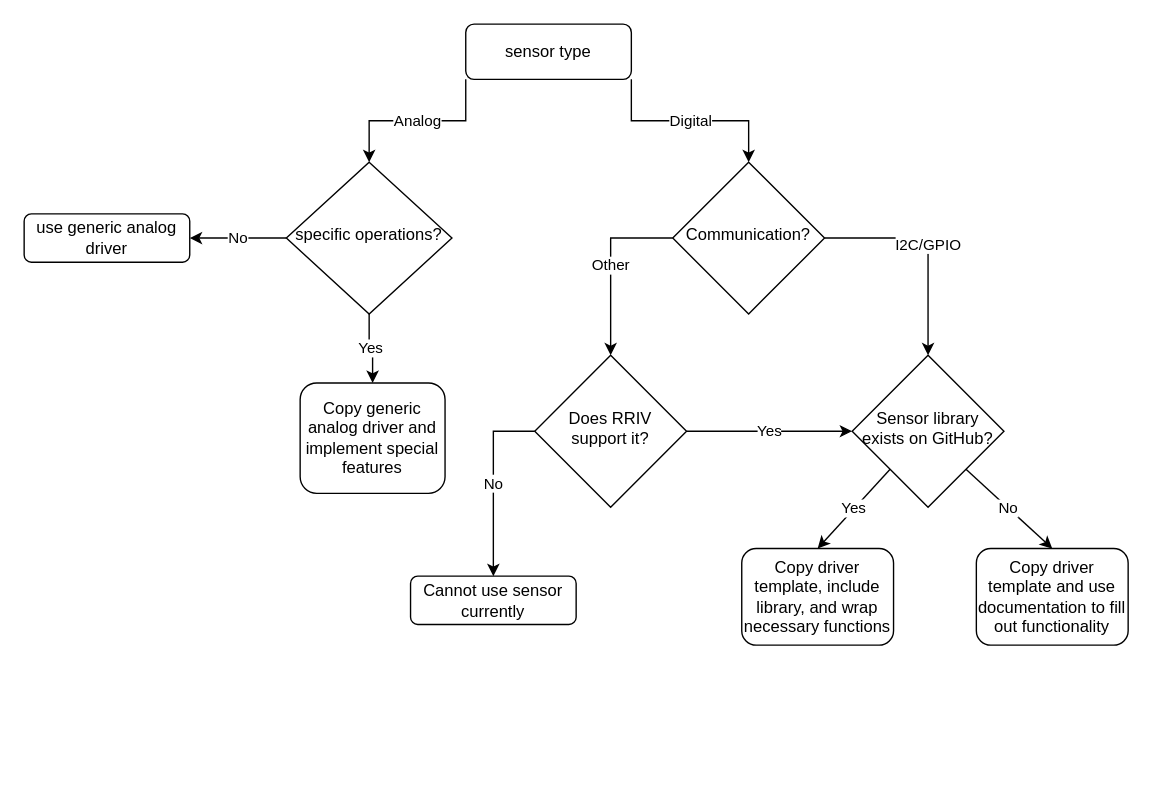
Before: page "sensorDriverCreation" (3 of 8) of RRIVflowcharts.drawio in rrivirr/rriv-diagrams, a draw.io diagram. Source tidied: cells renumbered, new cells numbered last; positions are measured from the earlier drawing's top-left corner, leaving out a move shared by most shapes. Both pictures are drawn from the tidied source at 138%, with x=0, y=0 at pixel (23, 23).
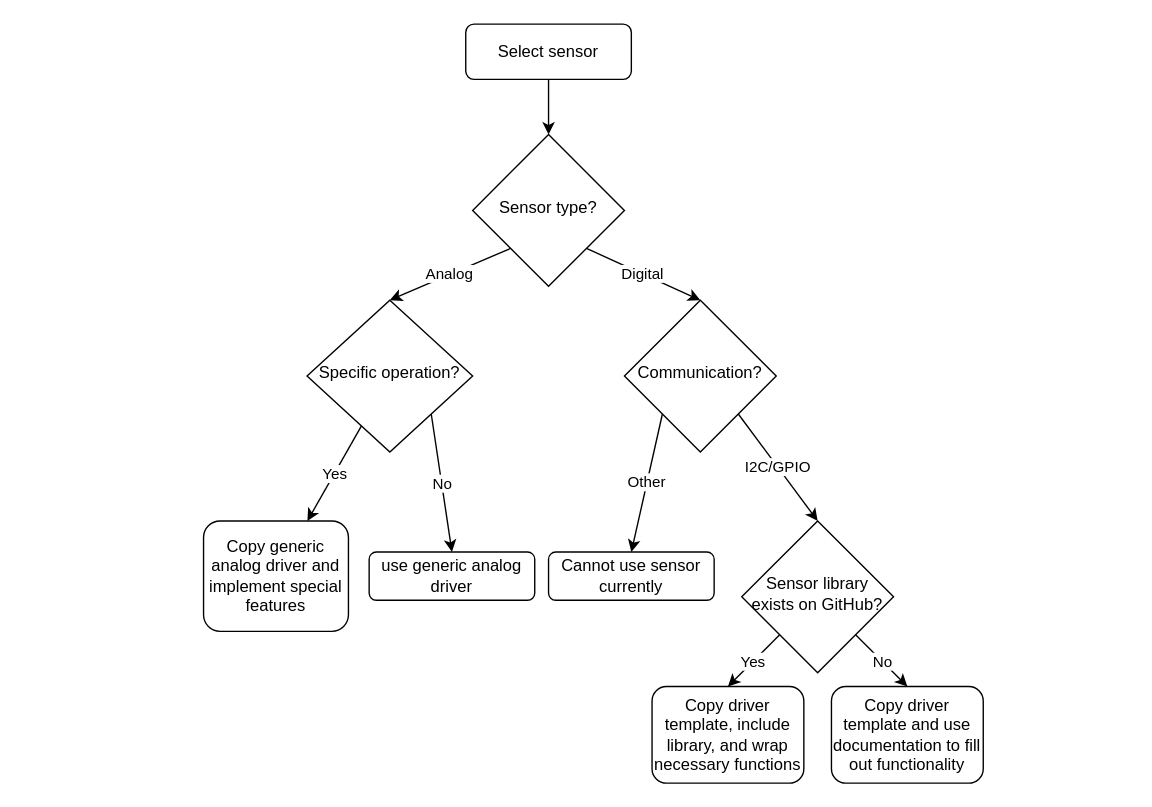
The same diagram, later.

The edit, as a diff of the source:
```diff
@@
-    <mxCell id="2" value="Analog" style="edgeStyle=orthogonalEdgeStyle;rounded=0;jettySize=auto;html=1;exitX=0;exitY=1;exitDx=0;exitDy=0;entryX=0.5;entryY=0;entryDx=0;entryDy=0;" parent="1" edge="1" source="4" target="10">
+    <mxCell id="2" value="Analog" style="rounded=0;jettySize=auto;html=1;exitX=0;exitY=1;exitDx=0;exitDy=0;entryX=0.5;entryY=0;entryDx=0;entryDy=0;" parent="1" edge="1" source="24" target="10">
       <mxGeometry relative="1" as="geometry" />
     </mxCell>
-    <mxCell id="3" value="Digital" style="edgeStyle=orthogonalEdgeStyle;rounded=0;jettySize=auto;html=1;exitX=1;exitY=1;exitDx=0;exitDy=0;entryX=0.5;entryY=0;entryDx=0;entryDy=0;" parent="1" edge="1" source="4" target="7">
+    <mxCell id="3" value="Digital" style="rounded=0;jettySize=auto;html=1;exitX=1;exitY=1;exitDx=0;exitDy=0;entryX=0.5;entryY=0;entryDx=0;entryDy=0;" parent="1" edge="1" source="24" target="7">
       <mxGeometry relative="1" as="geometry" />
     </mxCell>
-    <mxCell id="4" value="&lt;div&gt;sensor type&lt;/div&gt;" style="rounded=1;whiteSpace=wrap;html=1;fontSize=12;glass=0;strokeWidth=1;shadow=0;" parent="1" vertex="1">
-      <mxGeometry x="320" width="120" height="40" as="geometry" />
-    </mxCell>
-    <mxCell id="5" value="Other" style="edgeStyle=orthogonalEdgeStyle;rounded=0;jettySize=auto;html=1;exitX=0;exitY=0.5;exitDx=0;exitDy=0;entryX=0;entryY=0.5;entryDx=0;entryDy=0;" parent="1" edge="1" source="7" target="14">
+    <mxCell id="5" value="Other" style="rounded=0;jettySize=auto;html=1;exitX=0;exitY=1;exitDx=0;exitDy=0;entryX=0.5;entryY=0;entryDx=0;entryDy=0;" parent="1" edge="1" source="7" target="16">
       <mxGeometry relative="1" as="geometry" />
     </mxCell>
-    <mxCell id="6" value="I2C/GPIO" style="edgeStyle=orthogonalEdgeStyle;rounded=0;jettySize=auto;html=1;entryX=0.5;entryY=1;entryDx=0;entryDy=0;exitX=1;exitY=0.5;exitDx=0;exitDy=0;" parent="1" edge="1" source="7" target="20">
+    <mxCell id="6" value="I2C/GPIO" style="rounded=0;jettySize=auto;html=1;entryX=0.5;entryY=1;entryDx=0;entryDy=0;exitX=1;exitY=1;exitDx=0;exitDy=0;" parent="1" edge="1" source="7" target="20">
       <mxGeometry relative="1" as="geometry" />
     </mxCell>
     <mxCell id="7" value="Communication?" style="rhombus;whiteSpace=wrap;html=1;shadow=0;fontFamily=Helvetica;fontSize=12;align=center;strokeWidth=1;spacing=6;spacingTop=-4;" parent="1" vertex="1">
-      <mxGeometry x="470" y="100" width="110" height="110" as="geometry" />
+      <mxGeometry x="435" y="200" width="110" height="110" as="geometry" />
     </mxCell>
-    <mxCell id="8" value="No" style="edgeStyle=orthogonalEdgeStyle;rounded=0;jettySize=auto;html=1;exitX=0;exitY=0.5;exitDx=0;exitDy=0;entryX=1;entryY=0.5;entryDx=0;entryDy=0;" parent="1" edge="1" source="10" target="11">
+    <mxCell id="8" value="No" style="rounded=0;jettySize=auto;html=1;exitX=1;exitY=1;exitDx=0;exitDy=0;entryX=0.5;entryY=0;entryDx=0;entryDy=0;" parent="1" edge="1" source="10" target="11">
       <mxGeometry relative="1" as="geometry" />
     </mxCell>
-    <mxCell id="9" value="Yes" style="edgeStyle=orthogonalEdgeStyle;rounded=0;jettySize=auto;html=1;" parent="1" edge="1" source="10" target="15">
+    <mxCell id="9" value="Yes" style="rounded=0;jettySize=auto;html=1;" parent="1" edge="1" source="10" target="15">
       <mxGeometry relative="1" as="geometry" />
     </mxCell>
-    <mxCell id="10" value="specific operations?" style="rhombus;whiteSpace=wrap;html=1;shadow=0;fontFamily=Helvetica;fontSize=12;align=center;strokeWidth=1;spacing=6;spacingTop=-4;" parent="1" vertex="1">
-      <mxGeometry x="190" y="100" width="120" height="110" as="geometry" />
+    <mxCell id="10" value="Specific operation?" style="rhombus;whiteSpace=wrap;html=1;shadow=0;fontFamily=Helvetica;fontSize=12;align=center;strokeWidth=1;spacing=6;spacingTop=-4;" parent="1" vertex="1">
+      <mxGeometry x="205" y="200" width="120" height="110" as="geometry" />
     </mxCell>
     <mxCell id="11" value="&lt;div&gt;use generic analog driver&lt;/div&gt;" style="rounded=1;whiteSpace=wrap;html=1;fontSize=12;glass=0;strokeWidth=1;shadow=0;" parent="1" vertex="1">
-      <mxGeometry y="137.5" width="120" height="35" as="geometry" />
+      <mxGeometry x="250" y="382.5" width="120" height="35" as="geometry" />
     </mxCell>
-    <mxCell id="12" value="No" style="edgeStyle=orthogonalEdgeStyle;rounded=0;jettySize=auto;html=1;exitX=0.5;exitY=1;exitDx=0;exitDy=0;entryX=0.5;entryY=0;entryDx=0;entryDy=0;" parent="1" edge="1" source="14" target="16">
-      <mxGeometry relative="1" as="geometry" />
-    </mxCell>
-    <mxCell id="13" value="Yes" style="edgeStyle=orthogonalEdgeStyle;rounded=0;jettySize=auto;html=1;entryX=1;entryY=0.5;entryDx=0;entryDy=0;" parent="1" edge="1" source="14" target="20">
-      <mxGeometry relative="1" as="geometry" />
-    </mxCell>
-    <mxCell id="14" value="Does RRIV support it?" style="rhombus;whiteSpace=wrap;html=1;shadow=0;fontFamily=Helvetica;fontSize=12;align=center;strokeWidth=1;spacing=6;spacingTop=-4;direction=south;" parent="1" vertex="1">
-      <mxGeometry x="370" y="240" width="110" height="110" as="geometry" />
-    </mxCell>
     <mxCell id="15" value="Copy generic analog driver and implement special features" style="rounded=1;whiteSpace=wrap;html=1;fontSize=12;glass=0;strokeWidth=1;shadow=0;" parent="1" vertex="1">
-      <mxGeometry x="200" y="260" width="105" height="80" as="geometry" />
+      <mxGeometry x="130" y="360" width="105" height="80" as="geometry" />
     </mxCell>
     <mxCell id="16" value="&lt;div&gt;Cannot use sensor currently&lt;/div&gt;" style="rounded=1;whiteSpace=wrap;html=1;fontSize=12;glass=0;strokeWidth=1;shadow=0;" parent="1" vertex="1">
-      <mxGeometry x="280" y="400" width="120" height="35" as="geometry" />
+      <mxGeometry x="380" y="382.5" width="120" height="35" as="geometry" />
     </mxCell>
     <mxCell id="17" value="Copy driver template, include library, and wrap necessary functions" style="rounded=1;whiteSpace=wrap;html=1;fontSize=12;glass=0;strokeWidth=1;shadow=0;" parent="1" vertex="1">
-      <mxGeometry x="520" y="380" width="110" height="70" as="geometry" />
+      <mxGeometry x="455" y="480" width="110" height="70" as="geometry" />
     </mxCell>
@@
     <mxCell id="20" value="Sensor library exists on GitHub?" style="rhombus;whiteSpace=wrap;html=1;shadow=0;fontFamily=Helvetica;fontSize=12;align=center;strokeWidth=1;spacing=6;spacingTop=-4;direction=west;" parent="1" vertex="1">
-      <mxGeometry x="600" y="240" width="110" height="110" as="geometry" />
+      <mxGeometry x="520" y="360" width="110" height="110" as="geometry" />
     </mxCell>
     <mxCell id="21" value="Copy driver template and use documentation to fill out functionality" style="rounded=1;whiteSpace=wrap;html=1;fontSize=12;glass=0;strokeWidth=1;shadow=0;" parent="1" vertex="1">
-      <mxGeometry x="690" y="380" width="110" height="70" as="geometry" />
+      <mxGeometry x="585" y="480" width="110" height="70" as="geometry" />
     </mxCell>
+    <mxCell id="22" style="edgeStyle=orthogonalEdgeStyle;rounded=0;jettySize=auto;html=1;" parent="1" edge="1" source="23" target="24">
+      <mxGeometry relative="1" as="geometry" />
+    </mxCell>
+    <mxCell id="23" value="&lt;div&gt;Select sensor&lt;/div&gt;" style="rounded=1;whiteSpace=wrap;html=1;fontSize=12;glass=0;strokeWidth=1;shadow=0;" parent="1" vertex="1">
+      <mxGeometry x="320" width="120" height="40" as="geometry" />
+    </mxCell>
+    <mxCell id="24" value="Sensor type?" style="rhombus;whiteSpace=wrap;html=1;shadow=0;fontFamily=Helvetica;fontSize=12;align=center;strokeWidth=1;spacing=6;spacingTop=-4;" parent="1" vertex="1">
+      <mxGeometry x="325" y="80" width="110" height="110" as="geometry" />
+    </mxCell>
```
